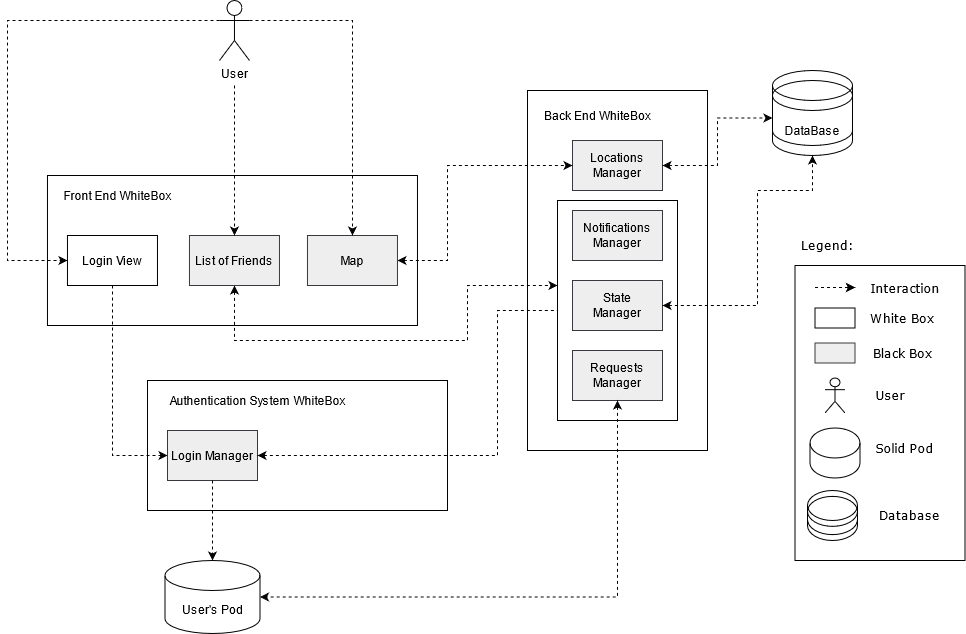
Arquisoft/radarin_es1a keeps this draw.io diagram as webapp/docs/images/05_diagrama_level3.png. Above is the earlier version. Source tidied: cells renumbered, new cells last; positions are measured from the earlier drawing's top-left corner, leaving out a move shared by most shapes.
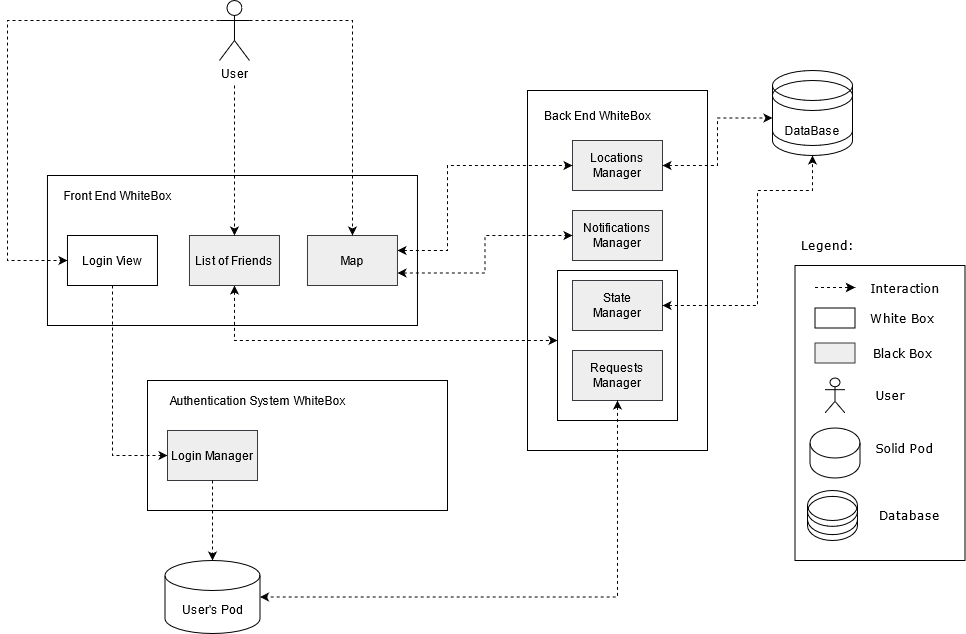
The same diagram one commit later.

Commit message:
Fixed some errors in point 5 of documentation

Change to the diagram source:
```diff
@@ -9,7 +9,7 @@
       <mxGeometry width="180" height="360" as="geometry" />
     </mxCell>
     <mxCell id="4" style="rounded=0;whiteSpace=wrap;html=1;fillColor=none;gradientColor=none;" parent="2" vertex="1">
-      <mxGeometry x="30" y="110" width="120" height="220" as="geometry" />
+      <mxGeometry x="30" y="180" width="120" height="150" as="geometry" />
     </mxCell>
     <mxCell id="5" value="Back End WhiteBox" style="text;html=1;strokeColor=none;fillColor=none;align=center;verticalAlign=middle;whiteSpace=wrap;rounded=0;" parent="2" vertex="1">
       <mxGeometry x="10" y="15" width="120" height="20" as="geometry" />
@@ -46,8 +46,6 @@
       <mxGeometry relative="1" as="geometry">
         <Array as="points">
           <mxPoint x="227" y="340" />
-          <mxPoint x="460" y="340" />
-          <mxPoint x="460" y="285" />
         </Array>
       </mxGeometry>
     </mxCell>
@@ -57,11 +55,14 @@
     <mxCell id="16" style="edgeStyle=orthogonalEdgeStyle;rounded=0;jettySize=auto;html=1;entryX=0;entryY=0.5;entryDx=0;entryDy=0;dashed=1;startArrow=classic;startFill=1;" parent="1" edge="1" source="17" target="6">
       <mxGeometry relative="1" as="geometry">
         <Array as="points">
-          <mxPoint x="440" y="260" />
+          <mxPoint x="440" y="250" />
           <mxPoint x="440" y="165" />
         </Array>
       </mxGeometry>
     </mxCell>
+    <mxCell id="52" style="edgeStyle=orthogonalEdgeStyle;rounded=0;jettySize=auto;html=1;exitX=1;exitY=0.75;exitDx=0;exitDy=0;entryX=0;entryY=0.5;entryDx=0;entryDy=0;dashed=1;startArrow=classic;startFill=1;" parent="1" edge="1" source="17" target="7">
+      <mxGeometry relative="1" as="geometry" />
+    </mxCell>
     <mxCell id="17" value="Map" style="rounded=0;whiteSpace=wrap;html=1;fillColor=#eeeeee;strokeColor=#36393d;" parent="1" vertex="1">
       <mxGeometry x="300" y="235" width="90" height="50" as="geometry" />
     </mxCell>
@@ -178,14 +179,6 @@
     <mxCell id="49" value="Database" style="text;html=1;strokeColor=none;fillColor=none;align=center;verticalAlign=middle;whiteSpace=wrap;rounded=0;fontFamily=Verdana;fontColor=#000000;" parent="1" vertex="1">
       <mxGeometry x="860" y="505" width="85" height="20" as="geometry" />
     </mxCell>
-    <mxCell id="50" style="edgeStyle=orthogonalEdgeStyle;rounded=0;jettySize=auto;html=1;entryX=0;entryY=0.5;entryDx=0;entryDy=0;endArrow=none;endFill=0;startArrow=classic;startFill=1;dashed=1;" parent="1" edge="1" source="25" target="4">
-      <mxGeometry relative="1" as="geometry">
-        <Array as="points">
-          <mxPoint x="490" y="455" />
-          <mxPoint x="490" y="310" />
-        </Array>
-      </mxGeometry>
-    </mxCell>
     <mxCell id="51" style="edgeStyle=orthogonalEdgeStyle;rounded=0;jettySize=auto;html=1;dashed=1;startArrow=classic;startFill=1;endArrow=classic;endFill=1;entryX=0.5;entryY=1;entryDx=0;entryDy=0;entryPerimeter=0;" parent="1" edge="1" source="9" target="45">
       <mxGeometry relative="1" as="geometry">
         <Array as="points">
```
